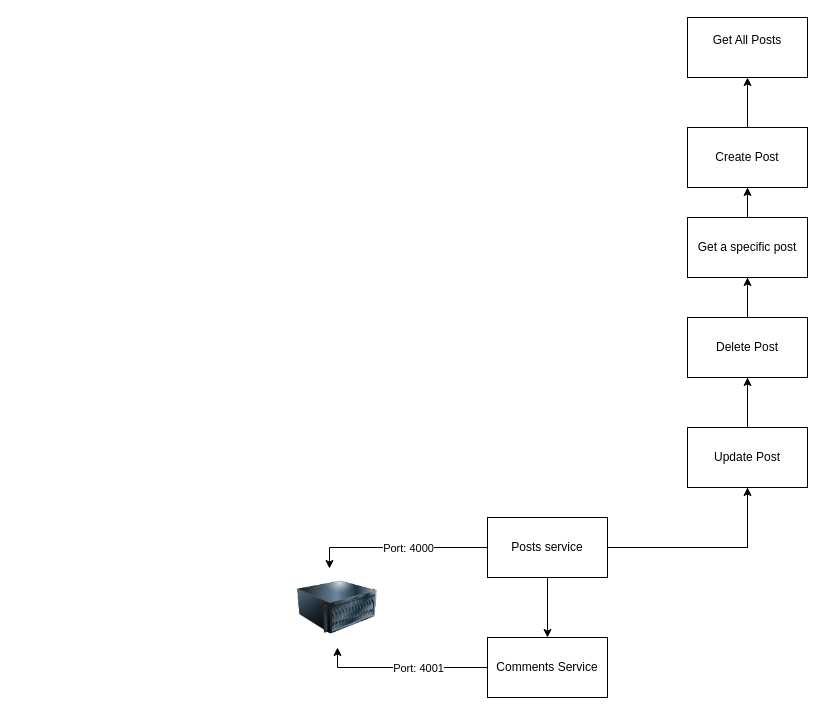
OrShalmayev/mini-microservices keeps this draw.io diagram as page "App architecture" (4 of 11) of app-design.drawio. Above is the earlier version. Source tidied: cells renumbered, new cells numbered last; positions are measured from the earlier drawing's top-left corner, leaving out a move shared by most shapes. Both pictures are drawn from the tidied source at 100%, with x=0, y=0 at pixel (297, 17).
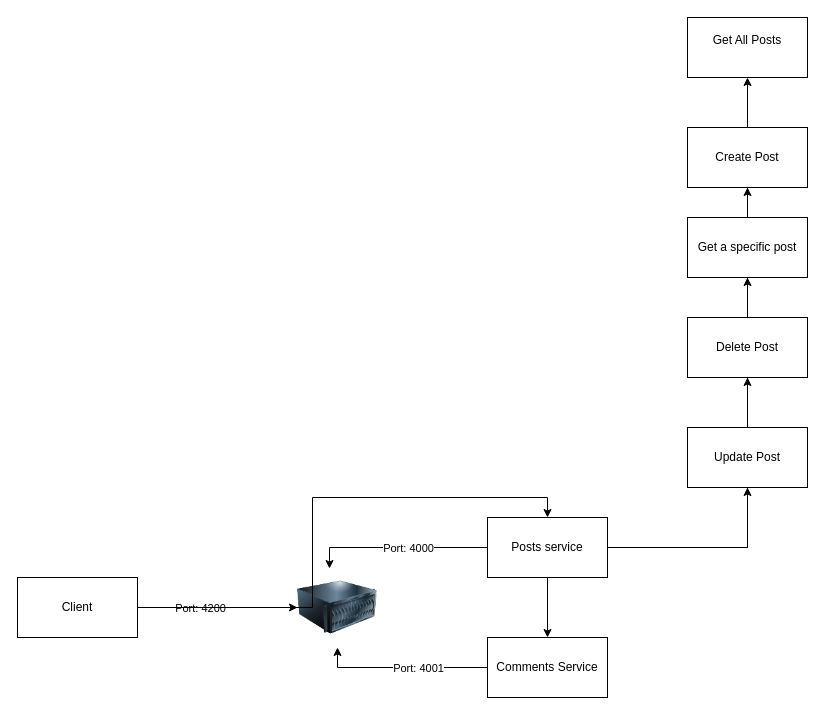
Above is the later version.

The change refers to these unchanged cells:
```xml
<mxCell id="8" value="Posts service" style="rounded=0;whiteSpace=wrap;html=1;" parent="1" vertex="1">
  <mxGeometry x="190" y="500" width="120" height="60" as="geometry" />
</mxCell>
<mxCell id="12" style="image;html=1;image=img/lib/clip_art/computers/Server_128x128.png;" parent="1" vertex="1">
  <mxGeometry y="550" width="80" height="80" as="geometry" />
</mxCell>
```

Change to the diagram source:
```diff
@@
+    <mxCell id="20" style="edgeStyle=orthogonalEdgeStyle;rounded=0;jettySize=auto;html=1;entryX=0;entryY=0.5;entryDx=0;entryDy=0;" parent="1" edge="1" source="23" target="12">
+      <mxGeometry relative="1" as="geometry" />
+    </mxCell>
+    <mxCell id="21" value="Port: 4200" style="edgeLabel;html=1;align=center;verticalAlign=middle;" parent="20" vertex="1">
+      <mxGeometry x="-0.23" relative="1" as="geometry" />
+    </mxCell>
+    <mxCell id="22" style="edgeStyle=orthogonalEdgeStyle;rounded=0;jettySize=auto;html=1;entryX=0.5;entryY=0;entryDx=0;entryDy=0;" parent="1" edge="1" source="23" target="8">
+      <mxGeometry relative="1" as="geometry" />
+    </mxCell>
+    <mxCell id="23" value="Client" style="rounded=0;whiteSpace=wrap;html=1;" parent="1" vertex="1">
+      <mxGeometry x="-280" y="560" width="120" height="60" as="geometry" />
+    </mxCell>
```
